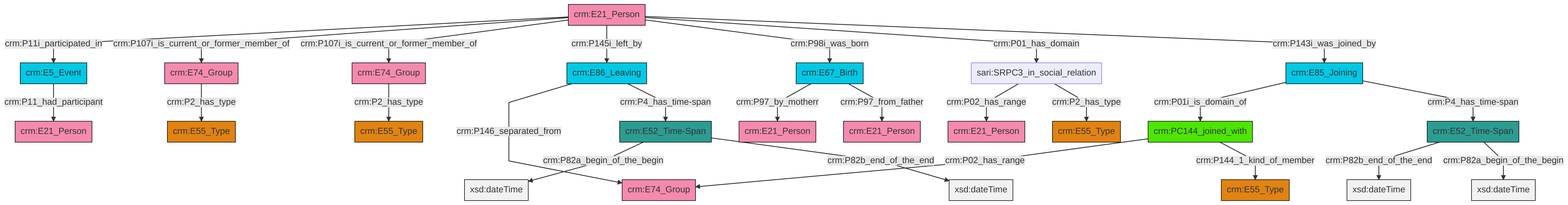
The Mermaid diagram et/personCSV/ttl/mmd/png/Person_Actor_Relations.png in swiss-art-research-net/docs.swissartresearch, before a commit. Its source is kept beside it as et/personCSV/ttl/mmd/Person_Actor_Relations.ttl.mmd.
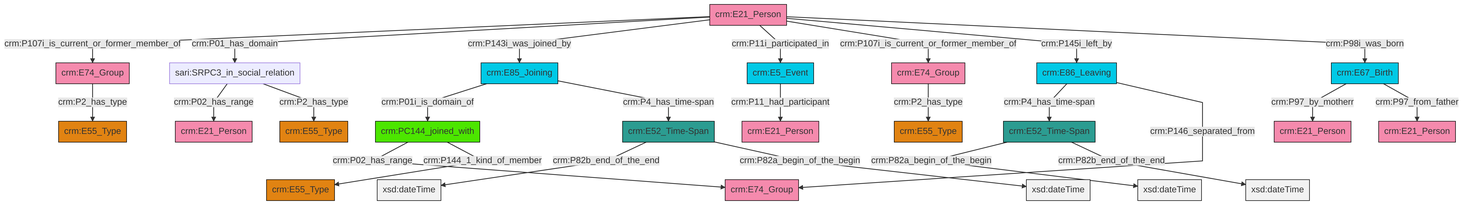
Later version of the same file.

Diff of the diagram source:
```diff
@@ -13,27 +13,27 @@
 classDef PC_Classes fill:#4ce600, stroke:#000000;
 classDef Multi fill:#cccccc,stroke:#000000;
 
-2["crm:E21_Person"]:::Actor -->|crm:P11i_participated_in| 3["crm:E5_Event"]:::Temporal_Entity
-4["crm:E74_Group"]:::Actor -->|crm:P2_has_type| 0["crm:E55_Type"]:::Type
-3["crm:E5_Event"]:::Temporal_Entity -->|crm:P11_had_participant| 5["crm:E21_Person"]:::Actor
-8["crm:E86_Leaving"]:::Temporal_Entity -->|crm:P146_separated_from| 9["crm:E74_Group"]:::Actor
-2["crm:E21_Person"]:::Actor -->|crm:P107i_is_current_or_former_member_of| 12["crm:E74_Group"]:::Actor
-13["crm:E85_Joining"]:::Temporal_Entity -->|crm:P01i_is_domain_of| 6["crm:PC144_joined_with"]:::PC_Classes
-17["sari:SRPC3_in_social_relation"]:::Default -->|crm:P02_has_range| 18["crm:E21_Person"]:::Actor
-2["crm:E21_Person"]:::Actor -->|crm:P107i_is_current_or_former_member_of| 4["crm:E74_Group"]:::Actor
-21["crm:E52_Time-Span"]:::Time-Span -->|crm:P82b_end_of_the_end| 22[xsd:dateTime]:::Literal
-2["crm:E21_Person"]:::Actor -->|crm:P145i_left_by| 8["crm:E86_Leaving"]:::Temporal_Entity
-2["crm:E21_Person"]:::Actor -->|crm:P98i_was_born| 25["crm:E67_Birth"]:::Temporal_Entity
-2["crm:E21_Person"]:::Actor -->|crm:P01_has_domain| 17["sari:SRPC3_in_social_relation"]:::Default
-25["crm:E67_Birth"]:::Temporal_Entity -->|crm:P97_by_motherr| 23["crm:E21_Person"]:::Actor
-12["crm:E74_Group"]:::Actor -->|crm:P2_has_type| 10["crm:E55_Type"]:::Type
-25["crm:E67_Birth"]:::Temporal_Entity -->|crm:P97_from_father| 26["crm:E21_Person"]:::Actor
-6["crm:PC144_joined_with"]:::PC_Classes -->|crm:P02_has_range| 9["crm:E74_Group"]:::Actor
-13["crm:E85_Joining"]:::Temporal_Entity -->|crm:P4_has_time-span| 21["crm:E52_Time-Span"]:::Time-Span
-8["crm:E86_Leaving"]:::Temporal_Entity -->|crm:P4_has_time-span| 31["crm:E52_Time-Span"]:::Time-Span
-21["crm:E52_Time-Span"]:::Time-Span -->|crm:P82a_begin_of_the_begin| 37[xsd:dateTime]:::Literal
-6["crm:PC144_joined_with"]:::PC_Classes -->|crm:P144_1_kind_of_member| 19["crm:E55_Type"]:::Type
-2["crm:E21_Person"]:::Actor -->|crm:P143i_was_joined_by| 13["crm:E85_Joining"]:::Temporal_Entity
-17["sari:SRPC3_in_social_relation"]:::Default -->|crm:P2_has_type| 29["crm:E55_Type"]:::Type
-31["crm:E52_Time-Span"]:::Time-Span -->|crm:P82a_begin_of_the_begin| 40[xsd:dateTime]:::Literal
-31["crm:E52_Time-Span"]:::Time-Span -->|crm:P82b_end_of_the_end| 44[xsd:dateTime]:::Literal
+0["crm:E21_Person"]:::Actor -->|crm:P107i_is_current_or_former_member_of| 1["crm:E74_Group"]:::Actor
+1["crm:E74_Group"]:::Actor -->|crm:P2_has_type| 2["crm:E55_Type"]:::Type
+5["crm:E86_Leaving"]:::Temporal_Entity -->|crm:P4_has_time-span| 6["crm:E52_Time-Span"]:::Time-Span
+0["crm:E21_Person"]:::Actor -->|crm:P01_has_domain| 7["sari:SRPC3_in_social_relation"]:::Default
+0["crm:E21_Person"]:::Actor -->|crm:P143i_was_joined_by| 11["crm:E85_Joining"]:::Temporal_Entity
+12["crm:PC144_joined_with"]:::PC_Classes -->|crm:P02_has_range| 13["crm:E74_Group"]:::Actor
+14["crm:E74_Group"]:::Actor -->|crm:P2_has_type| 15["crm:E55_Type"]:::Type
+6["crm:E52_Time-Span"]:::Time-Span -->|crm:P82a_begin_of_the_begin| 19[xsd:dateTime]:::Literal
+20["crm:E67_Birth"]:::Temporal_Entity -->|crm:P97_by_motherr| 21["crm:E21_Person"]:::Actor
+0["crm:E21_Person"]:::Actor -->|crm:P11i_participated_in| 27["crm:E5_Event"]:::Temporal_Entity
+27["crm:E5_Event"]:::Temporal_Entity -->|crm:P11_had_participant| 23["crm:E21_Person"]:::Actor
+7["sari:SRPC3_in_social_relation"]:::Default -->|crm:P02_has_range| 33["crm:E21_Person"]:::Actor
+31["crm:E52_Time-Span"]:::Time-Span -->|crm:P82b_end_of_the_end| 34[xsd:dateTime]:::Literal
+11["crm:E85_Joining"]:::Temporal_Entity -->|crm:P01i_is_domain_of| 12["crm:PC144_joined_with"]:::PC_Classes
+0["crm:E21_Person"]:::Actor -->|crm:P107i_is_current_or_former_member_of| 14["crm:E74_Group"]:::Actor
+20["crm:E67_Birth"]:::Temporal_Entity -->|crm:P97_from_father| 3["crm:E21_Person"]:::Actor
+7["sari:SRPC3_in_social_relation"]:::Default -->|crm:P2_has_type| 9["crm:E55_Type"]:::Type
+5["crm:E86_Leaving"]:::Temporal_Entity -->|crm:P146_separated_from| 13["crm:E74_Group"]:::Actor
+0["crm:E21_Person"]:::Actor -->|crm:P145i_left_by| 5["crm:E86_Leaving"]:::Temporal_Entity
+6["crm:E52_Time-Span"]:::Time-Span -->|crm:P82b_end_of_the_end| 40[xsd:dateTime]:::Literal
+11["crm:E85_Joining"]:::Temporal_Entity -->|crm:P4_has_time-span| 31["crm:E52_Time-Span"]:::Time-Span
+0["crm:E21_Person"]:::Actor -->|crm:P98i_was_born| 20["crm:E67_Birth"]:::Temporal_Entity
+12["crm:PC144_joined_with"]:::PC_Classes -->|crm:P144_1_kind_of_member| 16["crm:E55_Type"]:::Type
+31["crm:E52_Time-Span"]:::Time-Span -->|crm:P82a_begin_of_the_begin| 46[xsd:dateTime]:::Literal
```
